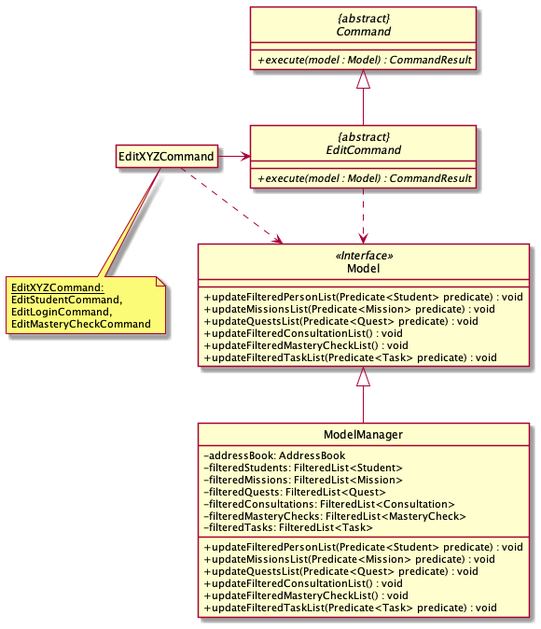
This is docs/images/EditCommandClassDiagram.png from wireseo/tp, a PlantUML export, as it was before one commit. Source of this version:
```plantuml
@startuml
skinparam backgroundColor #ffffff
skinparam classAttributeIconSize 0
hide circle

abstract class "{abstract}\nCommand" {
    + {abstract} execute(model : Model) : CommandResult
}

class Model <<Interface>> {
    + updateFilteredPersonList(Predicate<Student> predicate) : void
    + updateMissionsList(Predicate<Mission> predicate) : void
    + updateQuestsList(Predicate<Quest> predicate) : void
    + updateFilteredConsultationList() : void
    + updateFilteredMasteryCheckList() : void
    + updateFilteredTaskList(Predicate<Task> predicate) : void
}

class ModelManager {
    - addressBook: AddressBook
    - filteredStudents: FilteredList<Student>
    - filteredMissions: FilteredList<Mission>
    - filteredQuests: FilteredList<Quest>
    - filteredConsultations: FilteredList<Consultation>
    - filteredMasteryChecks: FilteredList<MasteryCheck>
    - filteredTasks: FilteredList<Task>

    + updateFilteredPersonList(Predicate<Student> predicate) : void
    + updateMissionsList(Predicate<Mission> predicate) : void
    + updateQuestsList(Predicate<Quest> predicate) : void
    + updateFilteredConsultationList() : void
    + updateFilteredMasteryCheckList() : void
    + updateFilteredTaskList(Predicate<Task> predicate) : void
}

abstract class "{abstract}\nEditCommand"{

    + {abstract} execute(model : Model) : CommandResult
}

class EditXYZCommand
hide EditXYZCommand attributes
hide EditXYZCommand methods

note as N1
  <size: 11><u>EditXYZCommand:</size>
  <size: 11>EditStudentCommand,</size>
  <size: 11>EditLoginCommand,</size>
  <size: 11>EditMasteryCheckCommand</size>
end note

N1 .up. EditXYZCommand

"{abstract}\nEditCommand" ..> Model
"{abstract}\nEditCommand" --up|> "{abstract}\nCommand"
EditXYZCommand -> "{abstract}\nEditCommand"
"EditXYZCommand" ..> Model
ModelManager --up|> Model
@enduml
```
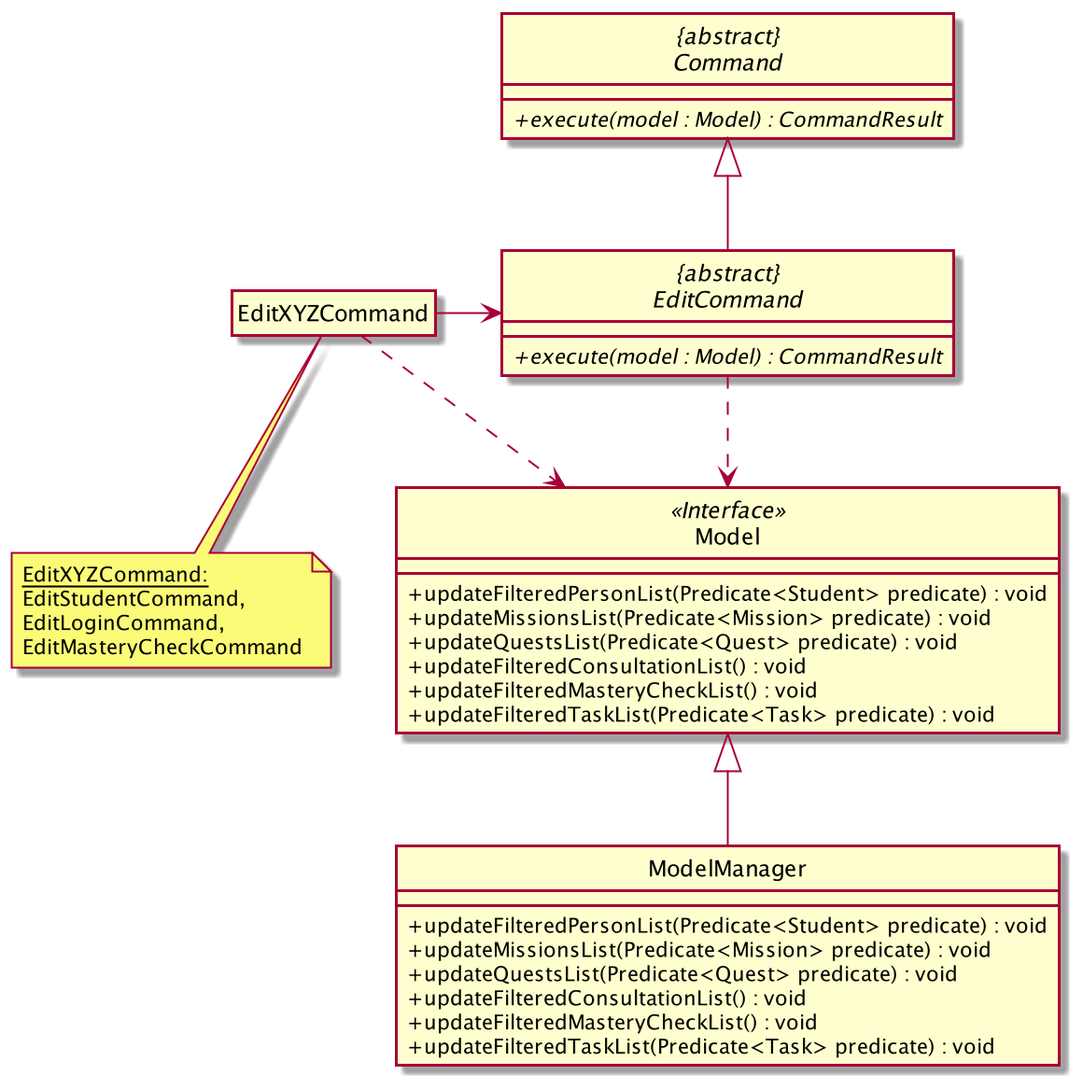
After the change.

Change to the diagram source:
```diff
@@ -17,13 +17,6 @@
 }
 
 class ModelManager {
-    - addressBook: AddressBook
-    - filteredStudents: FilteredList<Student>
-    - filteredMissions: FilteredList<Mission>
-    - filteredQuests: FilteredList<Quest>
-    - filteredConsultations: FilteredList<Consultation>
-    - filteredMasteryChecks: FilteredList<MasteryCheck>
-    - filteredTasks: FilteredList<Task>
 
     + updateFilteredPersonList(Predicate<Student> predicate) : void
     + updateMissionsList(Predicate<Mission> predicate) : void
```
